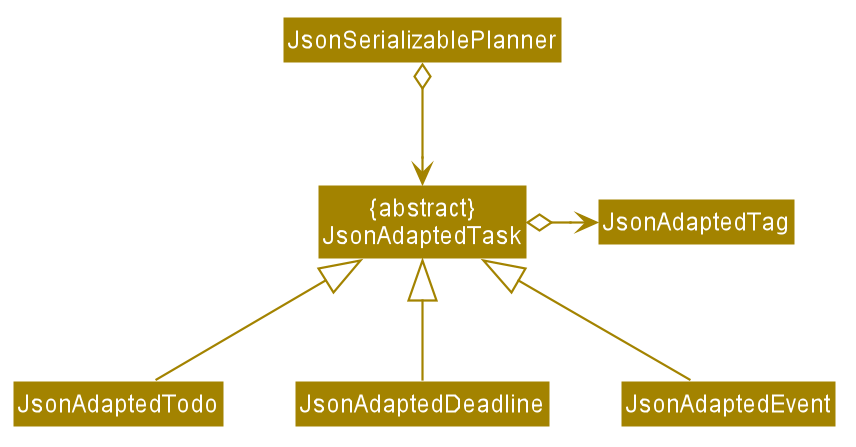
Before: docs/images/storage/PlannerStorageClassDiagram.png, a diagram exported from PlantUML (nus-cs2103-AY1920S1/addressbook-level3). Source of this version:
```plantuml
@startuml








skinparam BackgroundColor #FFFFFFF

skinparam Shadowing false

skinparam Class {
    FontColor #FFFFFF
    BorderThickness 1
    BorderColor #FFFFFF
    StereotypeFontColor #FFFFFF
    FontName Arial
}

skinparam Actor {
    BorderColor #000000
    Color #000000
    FontName Arial
}

skinparam Sequence {
    MessageAlign center
    BoxFontSize 15
    BoxPadding 0
    BoxFontColor #FFFFFF
    FontName Arial
}

skinparam Participant {
    FontColor #FFFFFFF
    Padding 20
}

skinparam MinClassWidth 50
skinparam ParticipantPadding 10
skinparam Shadowing false
skinparam DefaultTextAlignment center
skinparam packageStyle Rectangle

hide footbox
hide members
hide circle
skinparam arrowThickness 1.1
skinparam arrowColor #A38300
skinparam classBackgroundColor #A38300

Class JsonSerializablePlanner
Class "{abstract}\nJsonAdaptedTask"
Class JsonAdaptedTag
Class JsonAdaptedTodo
Class JsonAdaptedDeadline
Class JsonAdaptedEvent

JsonSerializablePlanner o-down-> "{abstract}\nJsonAdaptedTask"
"{abstract}\nJsonAdaptedTask" o-right-> JsonAdaptedTag
JsonAdaptedTodo -up-|> "{abstract}\nJsonAdaptedTask"
JsonAdaptedDeadline -up-|> "{abstract}\nJsonAdaptedTask"
JsonAdaptedEvent -up-|> "{abstract}\nJsonAdaptedTask"

@enduml
```
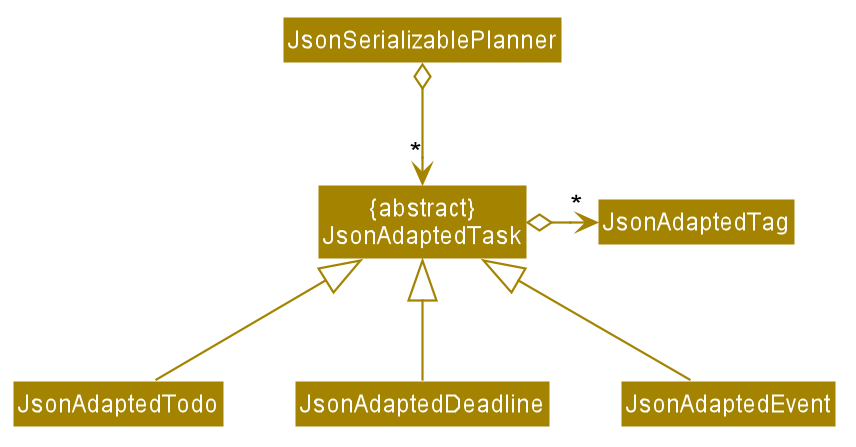
The same diagram one commit later.

The edit, as a diff of the source:
```diff
@@ -58,8 +58,9 @@
 Class JsonAdaptedDeadline
 Class JsonAdaptedEvent
 
-JsonSerializablePlanner o-down-> "{abstract}\nJsonAdaptedTask"
-"{abstract}\nJsonAdaptedTask" o-right-> JsonAdaptedTag
+JsonSerializablePlanner o-down-> "*" "{abstract}\nJsonAdaptedTask"
+"{abstract}\nJsonAdaptedTask" o-right-> "*" JsonAdaptedTag
+
 JsonAdaptedTodo -up-|> "{abstract}\nJsonAdaptedTask"
 JsonAdaptedDeadline -up-|> "{abstract}\nJsonAdaptedTask"
 JsonAdaptedEvent -up-|> "{abstract}\nJsonAdaptedTask"
```
